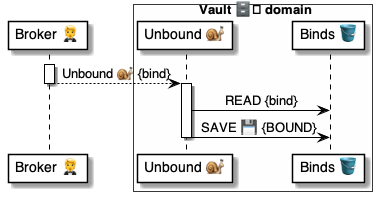
Above: 4 ⚙️ Solution/41 🎭 Domain Roles/Vaults 🗄️/🗄️🅰️ Vault methods/Unbound 🤵🐌🗄️/🗄️ Unbound ⚙️ uml.png in pollyweb-org/pollyweb-docs (PlantUML), before the change. Its source is kept beside it as 4 ⚙️ Solution/41 🎭 Domain Roles/Vaults 🗄️/🗄️🅰️ Vault methods/Unbound 🤵🐌🗄️/🗄️ Unbound ⚙️ uml.puml. The source it was exported from:
```plantuml
@startuml Unbound@Vault

participant "Broker 🤵" as broker
box Vault 🗄️ domain #FFFFFA
    participant "Unbound 🐌" as vault
    participant "Binds 🪣" as binds
end box


activate broker
    broker --> vault: Unbound 🐌 {bind}
deactivate broker

activate vault
    vault -> binds: READ {bind}
    vault -> binds: SAVE 💾 {BOUND}
deactivate vault


@enduml
```
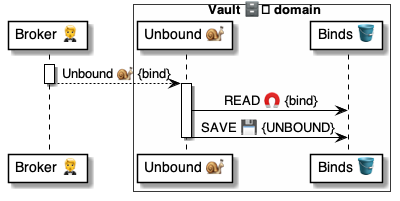
After the commit.

Diff of the diagram source:
```diff
@@ -12,8 +12,8 @@
 deactivate broker
 
 activate vault
-    vault -> binds: READ {bind}
-    vault -> binds: SAVE 💾 {BOUND}
+    vault -> binds: READ 🧲 {bind}
+    vault -> binds: SAVE 💾 {UNBOUND}
 deactivate vault
 
 
```
